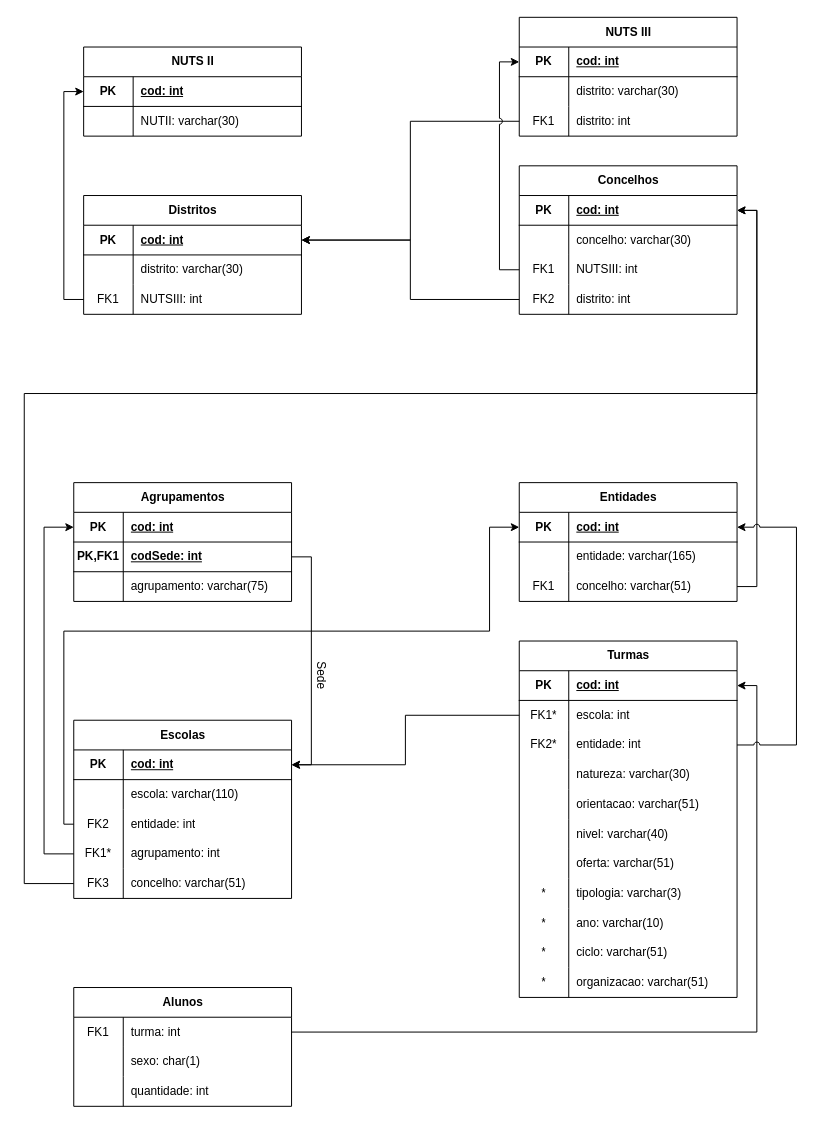
This is page "Relacional" (5 of 5) of UML1.drawio from damaral31/Portuguese-School-System-DB-Modeling, a draw.io file, before an edit. Source tidied: cells renumbered, new cells numbered last; positions are measured from the earlier drawing's top-left corner, leaving out a move shared by most shapes. Both pictures are drawn from the tidied source at 99%, with x=0, y=0 at pixel (24, 17).
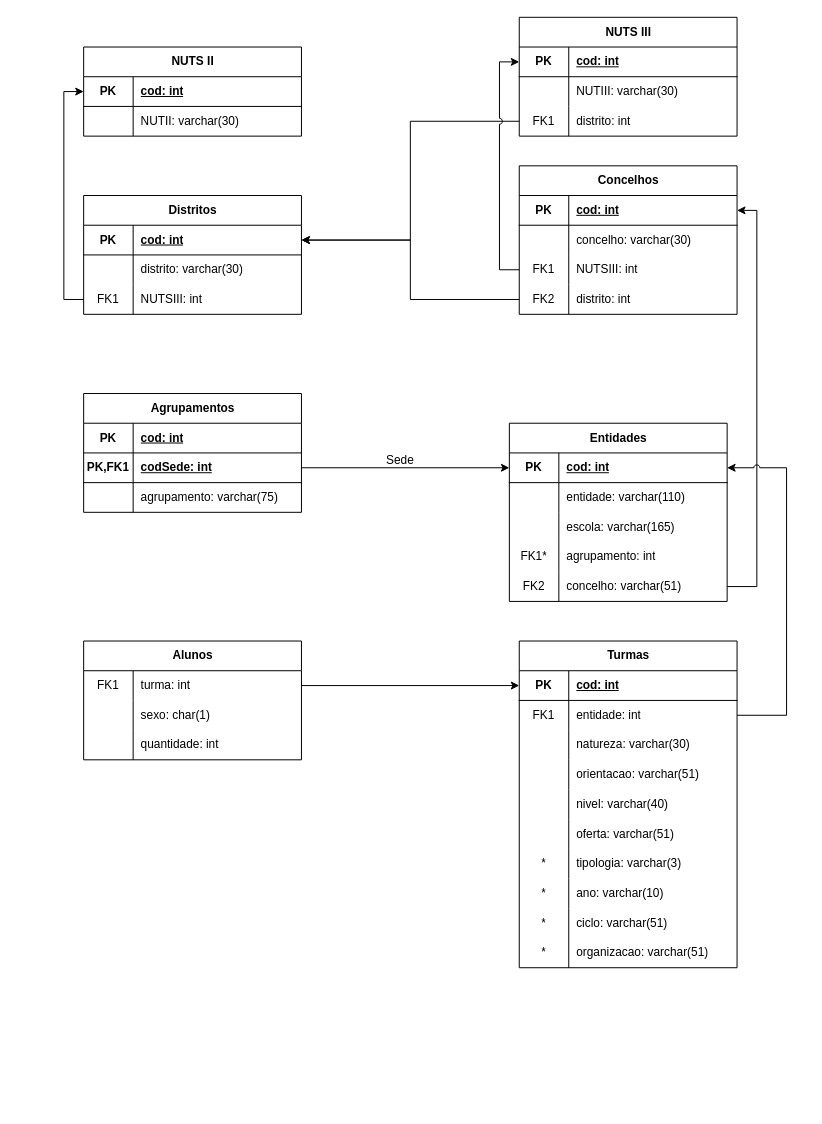
After the change.

Unchanged cells that the change refers to:
```xml
<mxCell id="4" style="shape=tableRow;horizontal=0;startSize=0;swimlaneHead=0;swimlaneBody=0;fillColor=none;points=[[0,0.5],[1,0.5]];portConstraint=eastwest;top=0;left=0;right=0;bottom=1;" parent="3" vertex="1">
  <mxGeometry y="30" width="220" height="30" as="geometry" />
</mxCell>
<mxCell id="7" style="shape=tableRow;horizontal=0;startSize=0;swimlaneHead=0;swimlaneBody=0;fillColor=none;points=[[0,0.5],[1,0.5]];portConstraint=eastwest;top=0;left=0;right=0;bottom=1;" parent="3" vertex="1">
  <mxGeometry y="60" width="220" height="30" as="geometry" />
</mxCell>
<mxCell id="30" style="shape=tableRow;horizontal=0;startSize=0;swimlaneHead=0;swimlaneBody=0;fillColor=none;points=[[0,0.5],[1,0.5]];portConstraint=eastwest;top=0;left=0;right=0;bottom=1;" parent="29" vertex="1">
  <mxGeometry y="30" width="220" height="30" as="geometry" />
</mxCell>
<mxCell id="33" style="shape=tableRow;horizontal=0;startSize=0;swimlaneHead=0;swimlaneBody=0;fillColor=none;top=0;left=0;right=0;bottom=0;" parent="29" vertex="1">
  <mxGeometry y="60" width="220" height="30" as="geometry" />
</mxCell>
<mxCell id="40" style="shape=tableRow;horizontal=0;startSize=0;swimlaneHead=0;swimlaneBody=0;fillColor=none;points=[[0,0.5],[1,0.5]];portConstraint=eastwest;top=0;left=0;right=0;bottom=1;" parent="39" vertex="1">
  <mxGeometry y="30" width="220" height="30" as="geometry" />
</mxCell>
<mxCell id="74" style="shape=tableRow;horizontal=0;startSize=0;swimlaneHead=0;swimlaneBody=0;fillColor=none;points=[[0,0.5],[1,0.5]];portConstraint=eastwest;top=0;left=0;right=0;bottom=0;" parent="73" vertex="1">
  <mxGeometry y="30" width="220" height="30" as="geometry" />
</mxCell>
<mxCell id="85" style="shape=tableRow;horizontal=0;startSize=0;swimlaneHead=0;swimlaneBody=0;fillColor=none;points=[[0,0.5],[1,0.5]];portConstraint=eastwest;top=0;left=0;right=0;bottom=1;" parent="84" vertex="1">
  <mxGeometry y="30" width="220" height="30" as="geometry" />
</mxCell>
<mxCell id="101" style="shape=tableRow;horizontal=0;startSize=0;swimlaneHead=0;swimlaneBody=0;fillColor=none;top=0;left=0;right=0;bottom=0;" parent="97" vertex="1">
  <mxGeometry y="60" width="220" height="30" as="geometry" />
</mxCell>
```

Change to the diagram source:
```diff
@@
     <mxCell id="3" value="Agrupamentos" style="shape=table;startSize=30;childLayout=tableLayout;rowLines=0;fontStyle=1;align=center;html=1;" parent="1" vertex="1">
-      <mxGeometry x="50" y="470" width="220" height="120" as="geometry" />
+      <mxGeometry x="60" y="380" width="220" height="120" as="geometry" />
     </mxCell>
@@
-    <mxCell id="13" value="Escolas" style="shape=table;startSize=30;childLayout=tableLayout;rowLines=0;fontStyle=1;align=center;html=1;" parent="1" vertex="1">
-      <mxGeometry x="50" y="710" width="220" height="180" as="geometry" />
-    </mxCell>
-    <mxCell id="14" style="shape=tableRow;horizontal=0;startSize=0;swimlaneHead=0;swimlaneBody=0;fillColor=none;points=[[0,0.5],[1,0.5]];portConstraint=eastwest;top=0;left=0;right=0;bottom=1;" parent="13" vertex="1">
-      <mxGeometry y="30" width="220" height="30" as="geometry" />
-    </mxCell>
-    <mxCell id="15" value="PK" style="shape=partialRectangle;fillColor=none;top=0;left=0;bottom=0;right=0;fontStyle=1;overflow=hidden;whiteSpace=wrap;html=1;" parent="14" vertex="1">
-      <mxGeometry width="50" height="30" as="geometry" />
-    </mxCell>
-    <mxCell id="16" value="cod: int" style="shape=partialRectangle;fillColor=none;top=0;left=0;bottom=0;right=0;align=left;spacingLeft=6;fontStyle=5;overflow=hidden;whiteSpace=wrap;html=1;" parent="14" vertex="1">
-      <mxGeometry x="50" width="170" height="30" as="geometry" />
-    </mxCell>
-    <mxCell id="17" style="shape=tableRow;horizontal=0;startSize=0;swimlaneHead=0;swimlaneBody=0;fillColor=none;top=0;left=0;right=0;bottom=0;" parent="13" vertex="1">
-      <mxGeometry y="60" width="220" height="30" as="geometry" />
-    </mxCell>
-    <mxCell id="18" style="shape=partialRectangle;fillColor=none;top=0;left=0;bottom=0;right=0;overflow=hidden;whiteSpace=wrap;html=1;" parent="17" vertex="1">
-      <mxGeometry width="50" height="30" as="geometry" />
-    </mxCell>
-    <mxCell id="19" value="escola: varchar(110)" style="shape=partialRectangle;fillColor=none;top=0;left=0;bottom=0;right=0;align=left;spacingLeft=6;overflow=hidden;whiteSpace=wrap;html=1;" parent="17" vertex="1">
-      <mxGeometry x="50" width="170" height="30" as="geometry" />
-    </mxCell>
-    <mxCell id="20" style="shape=tableRow;horizontal=0;startSize=0;swimlaneHead=0;swimlaneBody=0;fillColor=none;points=[[0,0.5],[1,0.5]];portConstraint=eastwest;top=0;left=0;right=0;bottom=0;" parent="13" vertex="1">
-      <mxGeometry y="90" width="220" height="30" as="geometry" />
-    </mxCell>
-    <mxCell id="21" value="FK2" style="shape=partialRectangle;fillColor=none;top=0;left=0;bottom=0;right=0;overflow=hidden;whiteSpace=wrap;html=1;" parent="20" vertex="1">
-      <mxGeometry width="50" height="30" as="geometry" />
-    </mxCell>
-    <mxCell id="22" value="entidade: int" style="shape=partialRectangle;fillColor=none;top=0;left=0;bottom=0;right=0;align=left;spacingLeft=6;overflow=hidden;whiteSpace=wrap;html=1;" parent="20" vertex="1">
-      <mxGeometry x="50" width="170" height="30" as="geometry" />
-    </mxCell>
-    <mxCell id="23" style="shape=tableRow;horizontal=0;startSize=0;swimlaneHead=0;swimlaneBody=0;fillColor=none;points=[[0,0.5],[1,0.5]];portConstraint=eastwest;top=0;left=0;right=0;bottom=0;" parent="13" vertex="1">
-      <mxGeometry y="120" width="220" height="30" as="geometry" />
-    </mxCell>
-    <mxCell id="24" value="FK1*" style="shape=partialRectangle;fillColor=none;top=0;left=0;bottom=0;right=0;overflow=hidden;whiteSpace=wrap;html=1;" parent="23" vertex="1">
-      <mxGeometry width="50" height="30" as="geometry" />
-    </mxCell>
-    <mxCell id="25" value="agrupamento: int" style="shape=partialRectangle;fillColor=none;top=0;left=0;bottom=0;right=0;align=left;spacingLeft=6;overflow=hidden;whiteSpace=wrap;html=1;" parent="23" vertex="1">
-      <mxGeometry x="50" width="170" height="30" as="geometry" />
-    </mxCell>
-    <mxCell id="26" style="shape=tableRow;horizontal=0;startSize=0;swimlaneHead=0;swimlaneBody=0;fillColor=none;points=[[0,0.5],[1,0.5]];portConstraint=eastwest;top=0;left=0;right=0;bottom=0;" parent="13" vertex="1">
-      <mxGeometry y="150" width="220" height="30" as="geometry" />
-    </mxCell>
-    <mxCell id="27" value="FK3" style="shape=partialRectangle;fillColor=none;top=0;left=0;bottom=0;right=0;overflow=hidden;whiteSpace=wrap;html=1;" parent="26" vertex="1">
-      <mxGeometry width="50" height="30" as="geometry" />
-    </mxCell>
-    <mxCell id="28" value="concelho: varchar(51)" style="shape=partialRectangle;fillColor=none;top=0;left=0;bottom=0;right=0;align=left;spacingLeft=6;overflow=hidden;whiteSpace=wrap;html=1;" parent="26" vertex="1">
-      <mxGeometry x="50" width="170" height="30" as="geometry" />
-    </mxCell>
     <mxCell id="29" value="Entidades" style="shape=table;startSize=30;childLayout=tableLayout;rowLines=0;fontStyle=1;align=center;html=1;" parent="1" vertex="1">
-      <mxGeometry x="500" y="470" width="220" height="120" as="geometry" />
+      <mxGeometry x="490" y="410" width="220" height="180" as="geometry" />
     </mxCell>
@@
-    <mxCell id="35" value="entidade: varchar(165)" style="shape=partialRectangle;fillColor=none;top=0;left=0;bottom=0;right=0;align=left;spacingLeft=6;overflow=hidden;whiteSpace=wrap;html=1;" parent="33" vertex="1">
+    <mxCell id="35" value="entidade: varchar(110)" style="shape=partialRectangle;fillColor=none;top=0;left=0;bottom=0;right=0;align=left;spacingLeft=6;overflow=hidden;whiteSpace=wrap;html=1;" parent="33" vertex="1">
       <mxGeometry x="50" width="170" height="30" as="geometry" />
     </mxCell>
+    <mxCell id="20" style="shape=tableRow;horizontal=0;startSize=0;swimlaneHead=0;swimlaneBody=0;fillColor=none;points=[[0,0.5],[1,0.5]];portConstraint=eastwest;top=0;left=0;right=0;bottom=0;" parent="29" vertex="1">
+      <mxGeometry y="90" width="220" height="30" as="geometry" />
+    </mxCell>
+    <mxCell id="18" style="shape=partialRectangle;fillColor=none;top=0;left=0;bottom=0;right=0;overflow=hidden;whiteSpace=wrap;html=1;" parent="20" vertex="1">
+      <mxGeometry width="50" height="30" as="geometry" />
+    </mxCell>
+    <mxCell id="135" value="escola: varchar(165)" style="shape=partialRectangle;fillColor=none;top=0;left=0;bottom=0;right=0;align=left;spacingLeft=6;overflow=hidden;whiteSpace=wrap;html=1;" parent="20" vertex="1">
+      <mxGeometry x="50" width="170" height="30" as="geometry" />
+    </mxCell>
+    <mxCell id="23" style="shape=tableRow;horizontal=0;startSize=0;swimlaneHead=0;swimlaneBody=0;fillColor=none;points=[[0,0.5],[1,0.5]];portConstraint=eastwest;top=0;left=0;right=0;bottom=0;" parent="29" vertex="1">
+      <mxGeometry y="120" width="220" height="30" as="geometry" />
+    </mxCell>
+    <mxCell id="136" value="FK1*" style="shape=partialRectangle;fillColor=none;top=0;left=0;bottom=0;right=0;overflow=hidden;whiteSpace=wrap;html=1;" parent="23" vertex="1">
+      <mxGeometry width="50" height="30" as="geometry" />
+    </mxCell>
+    <mxCell id="25" value="agrupamento: int" style="shape=partialRectangle;fillColor=none;top=0;left=0;bottom=0;right=0;align=left;spacingLeft=6;overflow=hidden;whiteSpace=wrap;html=1;" parent="23" vertex="1">
+      <mxGeometry x="50" width="170" height="30" as="geometry" />
+    </mxCell>
     <mxCell id="36" style="shape=tableRow;horizontal=0;startSize=0;swimlaneHead=0;swimlaneBody=0;fillColor=none;points=[[0,0.5],[1,0.5]];portConstraint=eastwest;top=0;left=0;right=0;bottom=0;" parent="29" vertex="1">
-      <mxGeometry y="90" width="220" height="30" as="geometry" />
+      <mxGeometry y="150" width="220" height="30" as="geometry" />
     </mxCell>
-    <mxCell id="37" value="FK1" style="shape=partialRectangle;fillColor=none;top=0;left=0;bottom=0;right=0;overflow=hidden;whiteSpace=wrap;html=1;" parent="36" vertex="1">
+    <mxCell id="37" value="FK2" style="shape=partialRectangle;fillColor=none;top=0;left=0;bottom=0;right=0;overflow=hidden;whiteSpace=wrap;html=1;" parent="36" vertex="1">
       <mxGeometry width="50" height="30" as="geometry" />
     </mxCell>
@@
     <mxCell id="39" value="Turmas" style="shape=table;startSize=30;childLayout=tableLayout;rowLines=0;fontStyle=1;align=center;html=1;" parent="1" vertex="1">
-      <mxGeometry x="500" y="630" width="220" height="360" as="geometry" />
+      <mxGeometry x="500" y="630" width="220" height="330" as="geometry" />
     </mxCell>
@@
-    <mxCell id="43" style="shape=tableRow;horizontal=0;startSize=0;swimlaneHead=0;swimlaneBody=0;fillColor=none;points=[[0,0.5],[1,0.5]];portConstraint=eastwest;top=0;left=0;right=0;bottom=0;" parent="39" vertex="1">
-      <mxGeometry y="60" width="220" height="30" as="geometry" />
-    </mxCell>
-    <mxCell id="44" value="FK1*" style="shape=partialRectangle;fillColor=none;top=0;left=0;bottom=0;right=0;overflow=hidden;whiteSpace=wrap;html=1;" parent="43" vertex="1">
-      <mxGeometry width="50" height="30" as="geometry" />
-    </mxCell>
-    <mxCell id="45" value="escola: int" style="shape=partialRectangle;fillColor=none;top=0;left=0;bottom=0;right=0;align=left;spacingLeft=6;overflow=hidden;whiteSpace=wrap;html=1;" parent="43" vertex="1">
-      <mxGeometry x="50" width="170" height="30" as="geometry" />
-    </mxCell>
     <mxCell id="46" style="shape=tableRow;horizontal=0;startSize=0;swimlaneHead=0;swimlaneBody=0;fillColor=none;points=[[0,0.5],[1,0.5]];portConstraint=eastwest;top=0;left=0;right=0;bottom=0;" parent="39" vertex="1">
-      <mxGeometry y="90" width="220" height="30" as="geometry" />
+      <mxGeometry y="60" width="220" height="30" as="geometry" />
     </mxCell>
-    <mxCell id="47" value="FK2*" style="shape=partialRectangle;fillColor=none;top=0;left=0;bottom=0;right=0;overflow=hidden;whiteSpace=wrap;html=1;" parent="46" vertex="1">
+    <mxCell id="47" value="FK1" style="shape=partialRectangle;fillColor=none;top=0;left=0;bottom=0;right=0;overflow=hidden;whiteSpace=wrap;html=1;" parent="46" vertex="1">
       <mxGeometry width="50" height="30" as="geometry" />
     </mxCell>
@@
     <mxCell id="49" style="shape=tableRow;horizontal=0;startSize=0;swimlaneHead=0;swimlaneBody=0;fillColor=none;top=0;left=0;right=0;bottom=0;" parent="39" vertex="1">
-      <mxGeometry y="120" width="220" height="30" as="geometry" />
+      <mxGeometry y="90" width="220" height="30" as="geometry" />
     </mxCell>
@@
     <mxCell id="52" style="shape=tableRow;horizontal=0;startSize=0;swimlaneHead=0;swimlaneBody=0;fillColor=none;top=0;left=0;right=0;bottom=0;" parent="39" vertex="1">
-      <mxGeometry y="150" width="220" height="30" as="geometry" />
+      <mxGeometry y="120" width="220" height="30" as="geometry" />
     </mxCell>
@@
     <mxCell id="55" style="shape=tableRow;horizontal=0;startSize=0;swimlaneHead=0;swimlaneBody=0;fillColor=none;top=0;left=0;right=0;bottom=0;" parent="39" vertex="1">
-      <mxGeometry y="180" width="220" height="30" as="geometry" />
+      <mxGeometry y="150" width="220" height="30" as="geometry" />
     </mxCell>
@@
     <mxCell id="58" style="shape=tableRow;horizontal=0;startSize=0;swimlaneHead=0;swimlaneBody=0;fillColor=none;top=0;left=0;right=0;bottom=0;" parent="39" vertex="1">
-      <mxGeometry y="210" width="220" height="30" as="geometry" />
+      <mxGeometry y="180" width="220" height="30" as="geometry" />
     </mxCell>
@@
     <mxCell id="61" style="shape=tableRow;horizontal=0;startSize=0;swimlaneHead=0;swimlaneBody=0;fillColor=none;top=0;left=0;right=0;bottom=0;" parent="39" vertex="1">
-      <mxGeometry y="240" width="220" height="30" as="geometry" />
+      <mxGeometry y="210" width="220" height="30" as="geometry" />
     </mxCell>
@@
     <mxCell id="64" style="shape=tableRow;horizontal=0;startSize=0;swimlaneHead=0;swimlaneBody=0;fillColor=none;top=0;left=0;right=0;bottom=0;" parent="39" vertex="1">
-      <mxGeometry y="270" width="220" height="30" as="geometry" />
+      <mxGeometry y="240" width="220" height="30" as="geometry" />
     </mxCell>
@@
     <mxCell id="67" style="shape=tableRow;horizontal=0;startSize=0;swimlaneHead=0;swimlaneBody=0;fillColor=none;top=0;left=0;right=0;bottom=0;" parent="39" vertex="1">
-      <mxGeometry y="300" width="220" height="30" as="geometry" />
+      <mxGeometry y="270" width="220" height="30" as="geometry" />
     </mxCell>
@@
     <mxCell id="70" style="shape=tableRow;horizontal=0;startSize=0;swimlaneHead=0;swimlaneBody=0;fillColor=none;top=0;left=0;right=0;bottom=0;" parent="39" vertex="1">
-      <mxGeometry y="330" width="220" height="30" as="geometry" />
+      <mxGeometry y="300" width="220" height="30" as="geometry" />
     </mxCell>
@@
     <mxCell id="73" value="Alunos" style="shape=table;startSize=30;childLayout=tableLayout;rowLines=0;fontStyle=1;align=center;html=1;" parent="1" vertex="1">
-      <mxGeometry x="50" y="980" width="220" height="120" as="geometry" />
+      <mxGeometry x="60" y="630" width="220" height="120" as="geometry" />
     </mxCell>
@@
-    <mxCell id="83" style="edgeStyle=orthogonalEdgeStyle;rounded=0;jettySize=auto;html=1;exitX=1;exitY=0.5;exitDx=0;exitDy=0;entryX=1;entryY=0.5;entryDx=0;entryDy=0;" parent="1" edge="1" source="74" target="40">
-      <mxGeometry relative="1" as="geometry" />
-    </mxCell>
@@
-    <mxCell id="103" value="distrito: varchar(30)" style="shape=partialRectangle;fillColor=none;top=0;left=0;bottom=0;right=0;align=left;spacingLeft=6;overflow=hidden;whiteSpace=wrap;html=1;" parent="101" vertex="1">
+    <mxCell id="103" value="NUTIII: varchar(30)" style="shape=partialRectangle;fillColor=none;top=0;left=0;bottom=0;right=0;align=left;spacingLeft=6;overflow=hidden;whiteSpace=wrap;html=1;" parent="101" vertex="1">
       <mxGeometry x="50" width="170" height="30" as="geometry" />
     </mxCell>
@@
-    <mxCell id="127" style="edgeStyle=orthogonalEdgeStyle;rounded=0;jettySize=auto;html=1;exitX=0;exitY=0.5;exitDx=0;exitDy=0;entryX=1;entryY=0.5;entryDx=0;entryDy=0;" parent="1" edge="1" source="43" target="14">
-      <mxGeometry relative="1" as="geometry" />
-    </mxCell>
-    <mxCell id="128" style="edgeStyle=orthogonalEdgeStyle;rounded=0;jettySize=auto;html=1;exitX=0;exitY=0.5;exitDx=0;exitDy=0;entryX=1;entryY=0.5;entryDx=0;entryDy=0;" parent="1" edge="1" source="26" target="85">
-      <mxGeometry relative="1" as="geometry">
-        <Array as="points">
-          <mxPoint y="875" />
-          <mxPoint y="380" />
-          <mxPoint x="740" y="380" />
-          <mxPoint x="740" y="195" />
-        </Array>
-      </mxGeometry>
-    </mxCell>
-    <mxCell id="129" style="edgeStyle=orthogonalEdgeStyle;rounded=0;jettySize=auto;html=1;exitX=0;exitY=0.5;exitDx=0;exitDy=0;entryX=0;entryY=0.5;entryDx=0;entryDy=0;" parent="1" edge="1" source="23" target="4">
-      <mxGeometry relative="1" as="geometry">
-        <Array as="points">
-          <mxPoint x="20" y="845" />
-          <mxPoint x="20" y="515" />
-        </Array>
-      </mxGeometry>
-    </mxCell>
-    <mxCell id="130" style="edgeStyle=orthogonalEdgeStyle;rounded=0;jettySize=auto;html=1;exitX=0;exitY=0.5;exitDx=0;exitDy=0;entryX=0;entryY=0.5;entryDx=0;entryDy=0;" parent="1" edge="1" source="20" target="30">
-      <mxGeometry relative="1" as="geometry">
-        <Array as="points">
-          <mxPoint x="40" y="815" />
-          <mxPoint x="40" y="620" />
-          <mxPoint x="470" y="620" />
-          <mxPoint x="470" y="515" />
-        </Array>
-      </mxGeometry>
-    </mxCell>
@@
-    <mxCell id="132" style="edgeStyle=orthogonalEdgeStyle;rounded=0;jettySize=auto;html=1;exitX=1;exitY=0.5;exitDx=0;exitDy=0;entryX=1;entryY=0.5;entryDx=0;entryDy=0;" parent="1" edge="1" source="7" target="14">
+    <mxCell id="132" style="edgeStyle=orthogonalEdgeStyle;rounded=0;jettySize=auto;html=1;exitX=1;exitY=0.5;exitDx=0;exitDy=0;entryX=0;entryY=0.5;entryDx=0;entryDy=0;jumpStyle=arc;" parent="1" edge="1" source="7" target="30">
       <mxGeometry relative="1" as="geometry" />
     </mxCell>
-    <mxCell id="133" value="Sede" style="text;html=1;align=center;verticalAlign=middle;whiteSpace=wrap;rounded=0;rotation=90;" parent="1" vertex="1">
-      <mxGeometry x="270" y="650" width="60" height="30" as="geometry" />
+    <mxCell id="133" value="Sede" style="text;html=1;align=center;verticalAlign=middle;whiteSpace=wrap;rounded=0;rotation=0;" parent="1" vertex="1">
+      <mxGeometry x="360" y="440" width="40" height="15" as="geometry" />
     </mxCell>
+    <mxCell id="83" style="edgeStyle=orthogonalEdgeStyle;rounded=0;jettySize=auto;html=1;exitX=1;exitY=0.5;exitDx=0;exitDy=0;entryX=0;entryY=0.5;entryDx=0;entryDy=0;" parent="1" edge="1" source="74" target="40">
+      <mxGeometry relative="1" as="geometry" />
+    </mxCell>
     <mxCell id="134" style="edgeStyle=orthogonalEdgeStyle;rounded=0;jettySize=auto;html=1;exitX=1;exitY=0.5;exitDx=0;exitDy=0;entryX=1;entryY=0.5;entryDx=0;entryDy=0;jumpStyle=arc;" parent="1" edge="1" source="46" target="30">
       <mxGeometry relative="1" as="geometry">
         <Array as="points">
-          <mxPoint x="780" y="735" />
-          <mxPoint x="780" y="515" />
+          <mxPoint x="770" y="705" />
+          <mxPoint x="770" y="455" />
         </Array>
       </mxGeometry>
     </mxCell>
```
